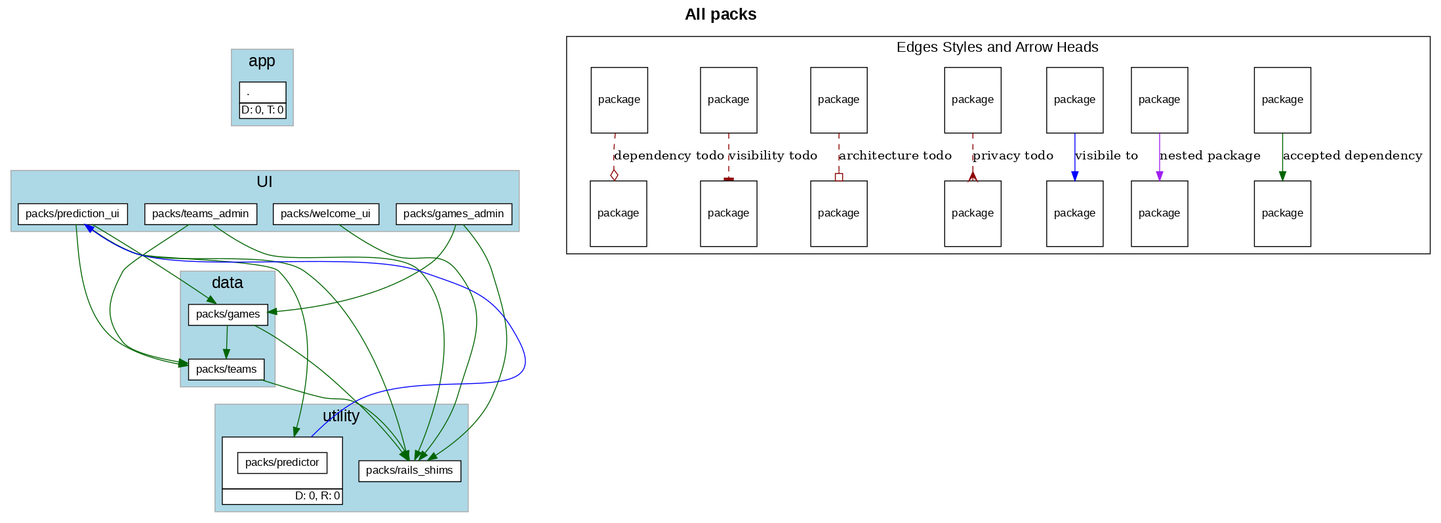
shageman/package-based-rails-applications-book keeps this Graphviz diagram as c4s06/sportsball/c4s06_b_fixed.png. Above is the earlier version. Its source is kept beside it as c4s06/sportsball/c4s06_b_fixed.dot.
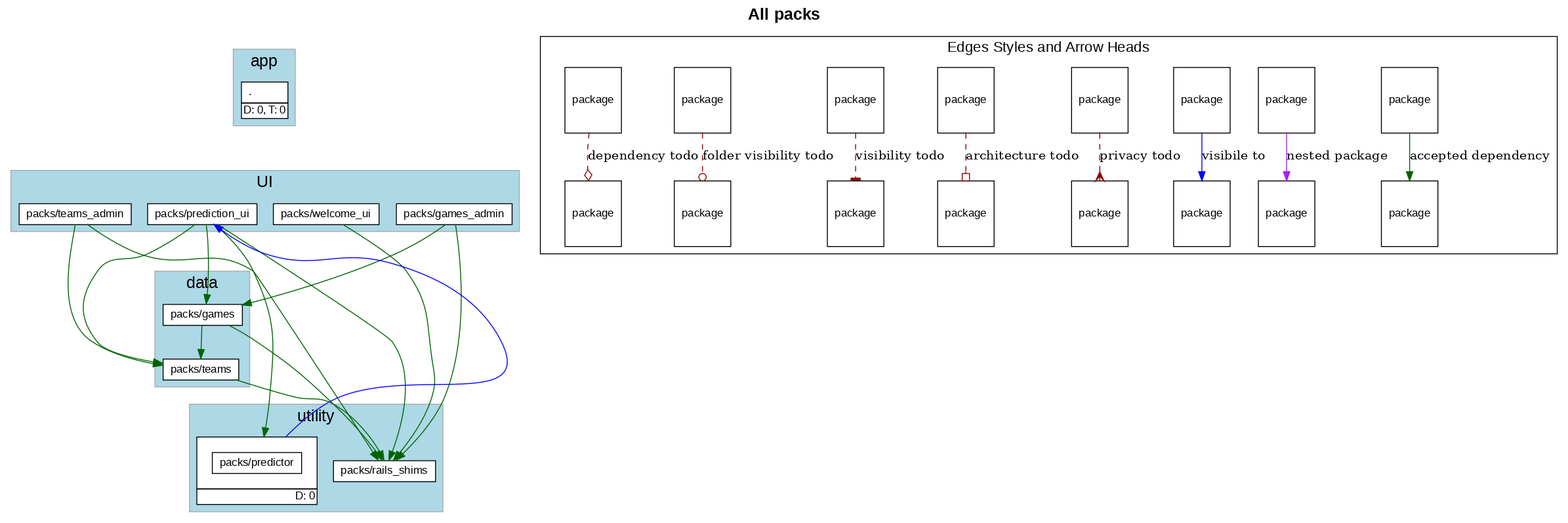
Later version of the same file.

Change to the diagram source:
```diff
@@ -5,7 +5,7 @@
     fontname="Helvetica,Arial,sans-serif"
     dpi=100
     layout=dot
-    label=<<b>All packs</b>>
+    label=<<b>All packs</b><br/>>
     fontsize=18
   ]
   node [
@@ -133,7 +133,7 @@
                     <tr> <td port='private'> packs/predictor </td> </tr>
                   </table>
                   </td></tr>
-                  <tr><td CELLPADDING='1' ALIGN='RIGHT'>D: 0, R: 0</td></tr>
+                  <tr><td CELLPADDING='1' ALIGN='RIGHT'>D: 0</td></tr>
                   </table>
               >
           ]
@@ -178,12 +178,12 @@
       A [ fontsize=12 shape=box label="package"]
       B [ fontsize=12 shape=box label="package"]
       A -> B [label="accepted dependency" color=darkgreen]
-      K [ fontsize=12 shape=box label="package"]
-      L [ fontsize=12 shape=box label="package"]
-      K -> L [label="nested package" color=purple]
       M [ fontsize=12 shape=box label="package"]
       N [ fontsize=12 shape=box label="package"]
-      M -> N [label="visibile to" color=blue]
+      M -> N [label="nested package" color=purple]
+      O [ fontsize=12 shape=box label="package"]
+      P [ fontsize=12 shape=box label="package"]
+      O -> P [label="visibile to" color=blue]
       C [ fontsize=12 shape=box label="package"]
       D [ fontsize=12 shape=box label="package"]
       C -> D [label="privacy todo" color=darkred style=dashed arrowhead=crow]
@@ -195,7 +195,10 @@
       G -> H [label="visibility todo" color=darkred style=dashed arrowhead=tee]
       I [ fontsize=12 shape=box label="package"]
       J [ fontsize=12 shape=box label="package"]
-      I -> J [label="dependency todo" color=darkred style=dashed arrowhead=odiamond]
+      I -> J [label="folder visibility todo" color=darkred style=dashed arrowhead=odot]
+      K [ fontsize=12 shape=box label="package"]
+      L [ fontsize=12 shape=box label="package"]
+      K -> L [label="dependency todo" color=darkred style=dashed arrowhead=odiamond]
       LEGEND_NODE_1 [ label="" peripheries=0 height=0 width=0 style=invis ]
       LEGEND_NODE_2 [ label="" peripheries=0 height=0 width=0 style=invis ]
       LEGEND_NODE_1 -> LEGEND_NODE_2 [ style=invis ]
```
